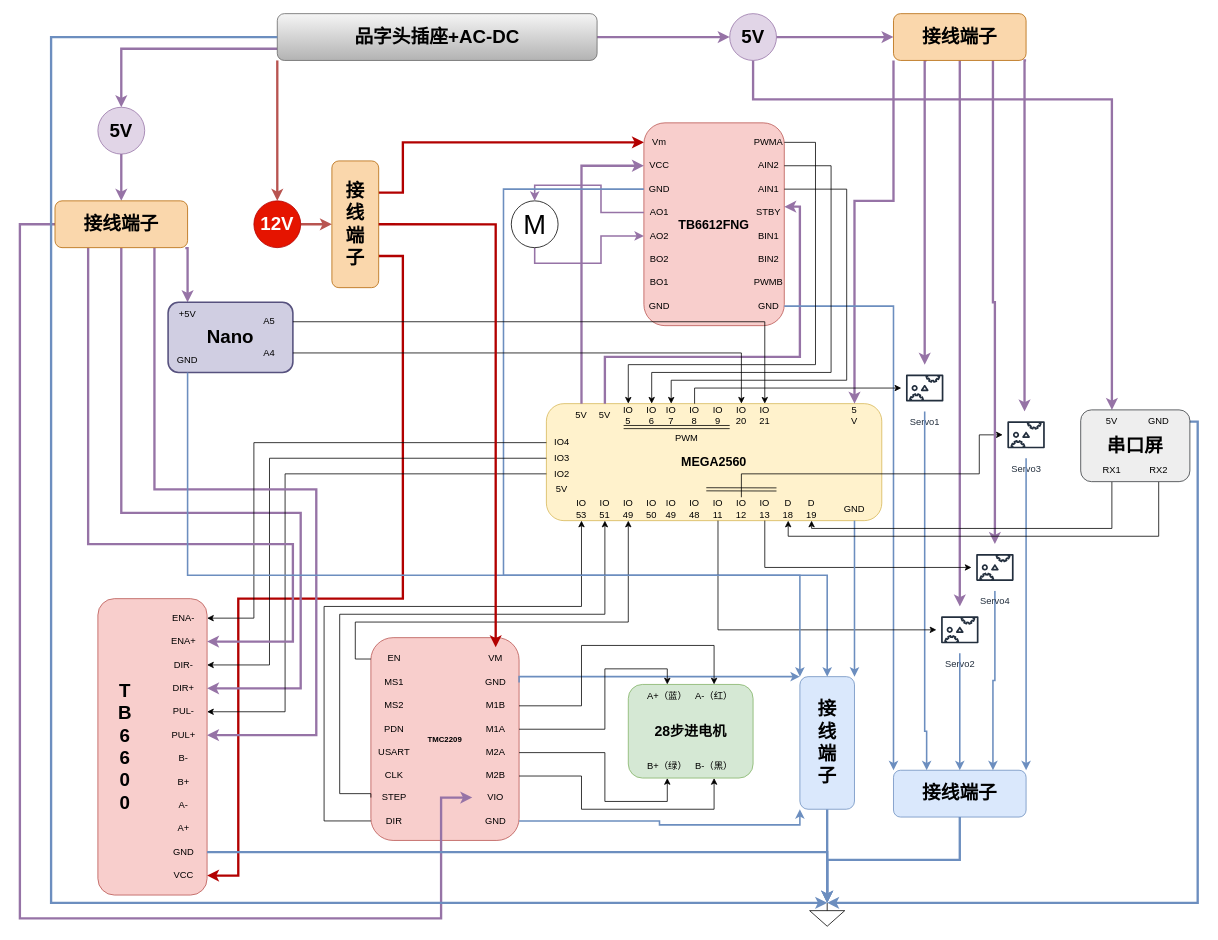
xinlanzi/Induisal-design keeps this draw.io diagram as 电路图出纸.drawio. Above is the earlier version. Source tidied: cells renumbered, new cells numbered last; positions are measured from the earlier drawing's top-left corner, leaving out a move shared by most shapes. Both pictures are drawn from the tidied source at 78%, with x=0, y=0 at pixel (20, 13).
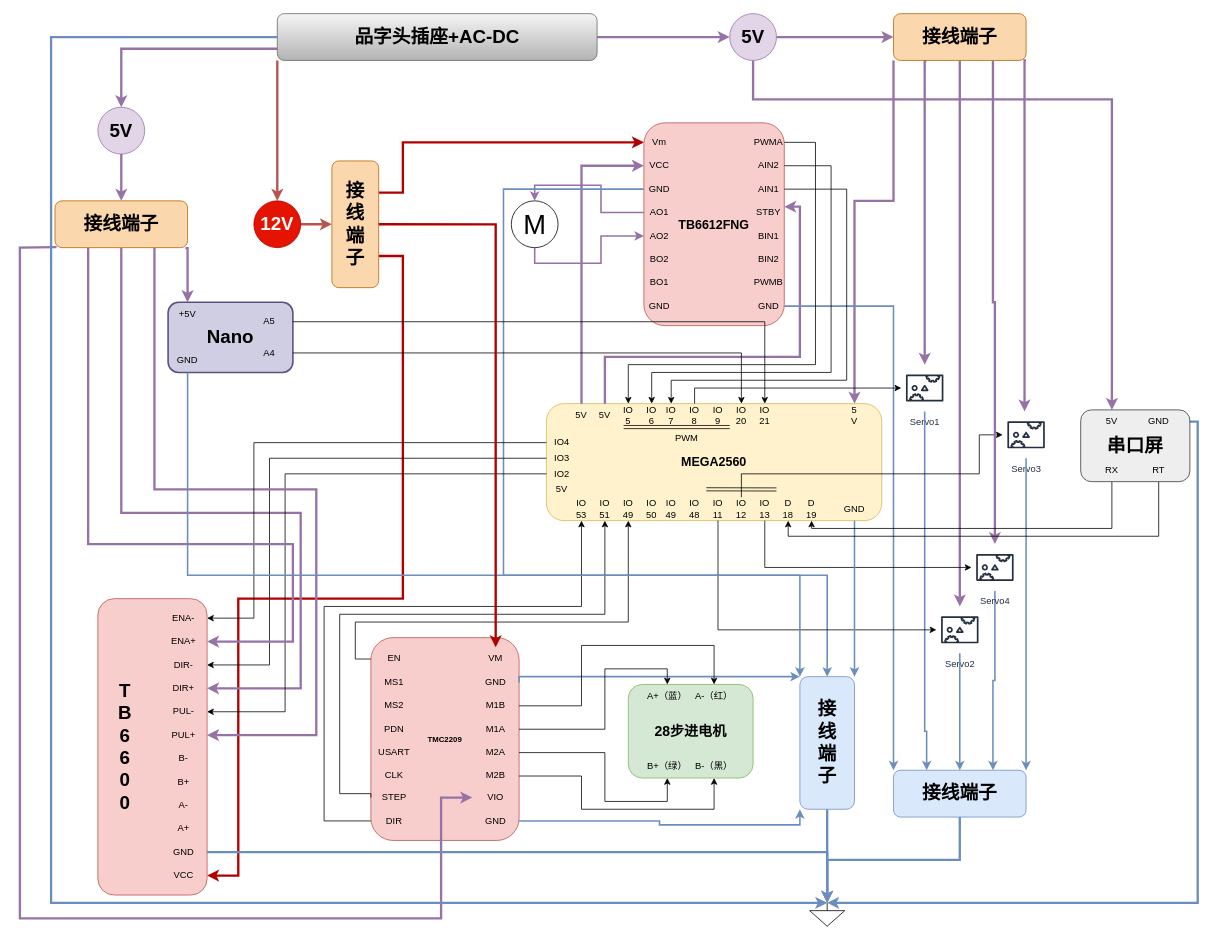
The same page after the edit.

Commit message:
更新电路图出纸.drawio

The change refers to these unchanged cells:
```xml
<mxCell id="83" value="VIO" style="text;html=1;whiteSpace=wrap;strokeColor=none;fillColor=none;align=center;verticalAlign=middle;rounded=0;" parent="67" vertex="1">
  <mxGeometry x="130" y="190" width="60" height="30" as="geometry" />
</mxCell>
<mxCell id="159" value="&lt;font style=&quot;font-size: 24px;&quot;&gt;&lt;b&gt;接&lt;/b&gt;&lt;/font&gt;&lt;b style=&quot;font-size: 24px; background-color: transparent; color: light-dark(rgb(0, 0, 0), rgb(255, 255, 255));&quot;&gt;线&lt;/b&gt;&lt;b style=&quot;font-size: 24px; background-color: transparent; color: light-dark(rgb(0, 0, 0), rgb(255, 255, 255));&quot;&gt;端&lt;/b&gt;&lt;b style=&quot;font-size: 24px; background-color: transparent; color: light-dark(rgb(0, 0, 0), rgb(255, 255, 255));&quot;&gt;子&lt;/b&gt;" style="rounded=1;whiteSpace=wrap;html=1;fillColor=#fad7ac;strokeColor=#b46504;" parent="1" vertex="1">
  <mxGeometry x="45" y="240" width="170" height="60" as="geometry" />
</mxCell>
<mxCell id="171" style="group;" parent="1" vertex="1">
  <mxGeometry x="1360" y="508" width="140" height="92" as="geometry" />
</mxCell>
```

The edit, as a diff of the source:
```diff
@@
-    <mxCell id="99" style="edgeStyle=orthogonalEdgeStyle;rounded=0;jettySize=auto;html=1;fillColor=#e1d5e7;strokeColor=#9673a6;strokeWidth=3;exitX=0;exitY=0.5;exitDx=0;exitDy=0;entryX=0;entryY=0.5;entryDx=0;entryDy=0;" parent="1" edge="1" source="159" target="83">
+    <mxCell id="99" style="edgeStyle=orthogonalEdgeStyle;rounded=0;jettySize=auto;html=1;fillColor=#e1d5e7;strokeColor=#9673a6;strokeWidth=3;exitX=0.012;exitY=0.99;exitDx=0;exitDy=0;entryX=0;entryY=0.5;entryDx=0;entryDy=0;exitPerimeter=0;" parent="1" edge="1" source="159" target="83">
       <mxGeometry relative="1" as="geometry">
         <Array as="points">
-          <mxPoint y="270" />
+          <mxPoint x="45" y="299" />
+          <mxPoint y="300" />
           <mxPoint y="1160" />
           <mxPoint x="540" y="1160" />
           <mxPoint x="540" y="1005" />
         </Array>
       </mxGeometry>
     </mxCell>
@@
-    <mxCell id="173" value="RX1" style="text;html=1;whiteSpace=wrap;strokeColor=none;fillColor=none;align=center;verticalAlign=middle;rounded=0;" parent="171" vertex="1">
+    <mxCell id="173" value="RX" style="text;html=1;whiteSpace=wrap;strokeColor=none;fillColor=none;align=center;verticalAlign=middle;rounded=0;" parent="171" vertex="1">
       <mxGeometry x="10" y="62" width="60" height="30" as="geometry" />
     </mxCell>
-    <mxCell id="174" value="RX2" style="text;html=1;whiteSpace=wrap;strokeColor=none;fillColor=none;align=center;verticalAlign=middle;rounded=0;" parent="171" vertex="1">
+    <mxCell id="174" value="RT" style="text;html=1;whiteSpace=wrap;strokeColor=none;fillColor=none;align=center;verticalAlign=middle;rounded=0;" parent="171" vertex="1">
       <mxGeometry x="70" y="62" width="60" height="30" as="geometry" />
     </mxCell>
```
